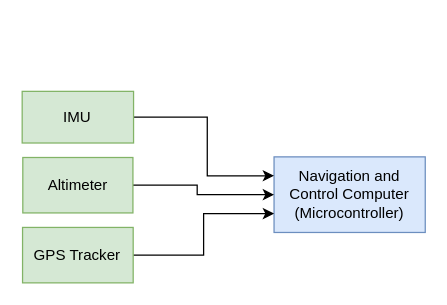
This is Untitled Diagram.drawio from haloship/docs, a draw.io file, before an edit. Source tidied: cells renumbered, new cells numbered last; positions are measured from the earlier drawing's top-left corner, leaving out a move shared by most shapes. Both pictures are drawn from the tidied source at 126%, with x=0, y=0 at pixel (21, 91).
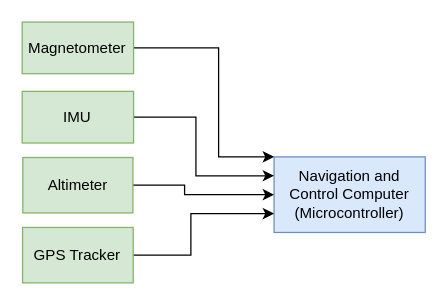
After the change.

Change to the diagram source:
```diff
@@
 <mxGraphModel>
   <root>
     <mxCell id="0" />
     <mxCell id="1" parent="0" />
     <mxCell id="2" value="Navigation and Control Computer&lt;br&gt;(Microcontroller)" style="rounded=0;whiteSpace=wrap;html=1;fillColor=#dae8fc;strokeColor=#6c8ebf;" parent="1" vertex="1">
       <mxGeometry x="200" y="52" width="120" height="60" as="geometry" />
     </mxCell>
     <mxCell id="3" style="edgeStyle=orthogonalEdgeStyle;rounded=0;jettySize=auto;html=1;entryX=0;entryY=0.25;entryDx=0;entryDy=0;" parent="1" edge="1" source="4" target="2">
       <mxGeometry relative="1" as="geometry">
         <Array as="points">
-          <mxPoint x="147" y="21" />
-          <mxPoint x="147" y="67" />
+          <mxPoint x="138" y="20" />
+          <mxPoint x="138" y="67" />
         </Array>
       </mxGeometry>
     </mxCell>
     <mxCell id="4" value="IMU" style="rounded=0;whiteSpace=wrap;html=1;fillColor=#d5e8d4;strokeColor=#82b366;" parent="1" vertex="1">
       <mxGeometry x="0.1" width="88.4" height="41" as="geometry" />
     </mxCell>
     <mxCell id="5" style="edgeStyle=orthogonalEdgeStyle;rounded=0;jettySize=auto;html=1;entryX=0;entryY=0.5;entryDx=0;entryDy=0;" parent="1" edge="1" source="6" target="2">
       <mxGeometry relative="1" as="geometry">
         <Array as="points">
-          <mxPoint x="139" y="75" />
-          <mxPoint x="139" y="82" />
+          <mxPoint x="129" y="74" />
+          <mxPoint x="129" y="82" />
         </Array>
       </mxGeometry>
     </mxCell>
     <mxCell id="6" value="Altimeter" style="rounded=0;whiteSpace=wrap;html=1;fillColor=#d5e8d4;strokeColor=#82b366;" parent="1" vertex="1">
       <mxGeometry x="0.6" y="52.5" width="87.4" height="44" as="geometry" />
     </mxCell>
     <mxCell id="7" style="edgeStyle=orthogonalEdgeStyle;rounded=0;jettySize=auto;html=1;exitX=1;exitY=0.5;exitDx=0;exitDy=0;entryX=0;entryY=0.75;entryDx=0;entryDy=0;" parent="1" edge="1" source="8" target="2">
-      <mxGeometry relative="1" as="geometry" />
+      <mxGeometry relative="1" as="geometry">
+        <Array as="points">
+          <mxPoint x="134" y="130" />
+          <mxPoint x="134" y="97" />
+        </Array>
+      </mxGeometry>
     </mxCell>
     <mxCell id="8" value="GPS Tracker" style="rounded=0;whiteSpace=wrap;html=1;fillColor=#d5e8d4;strokeColor=#82b366;" parent="1" vertex="1">
       <mxGeometry x="0.4" y="108" width="87.8" height="44" as="geometry" />
     </mxCell>
+    <mxCell id="9" style="edgeStyle=orthogonalEdgeStyle;rounded=0;jettySize=auto;html=1;entryX=0;entryY=0;entryDx=0;entryDy=0;" parent="1" edge="1" source="10" target="2">
+      <mxGeometry relative="1" as="geometry">
+        <Array as="points">
+          <mxPoint x="156" y="-34" />
+          <mxPoint x="156" y="52" />
+        </Array>
+      </mxGeometry>
+    </mxCell>
+    <mxCell id="10" value="Magnetometer" style="rounded=0;whiteSpace=wrap;html=1;fillColor=#d5e8d4;strokeColor=#82b366;" parent="1" vertex="1">
+      <mxGeometry x="0.1" y="-55" width="88.4" height="41" as="geometry" />
+    </mxCell>
   </root>
 </mxGraphModel>
```
